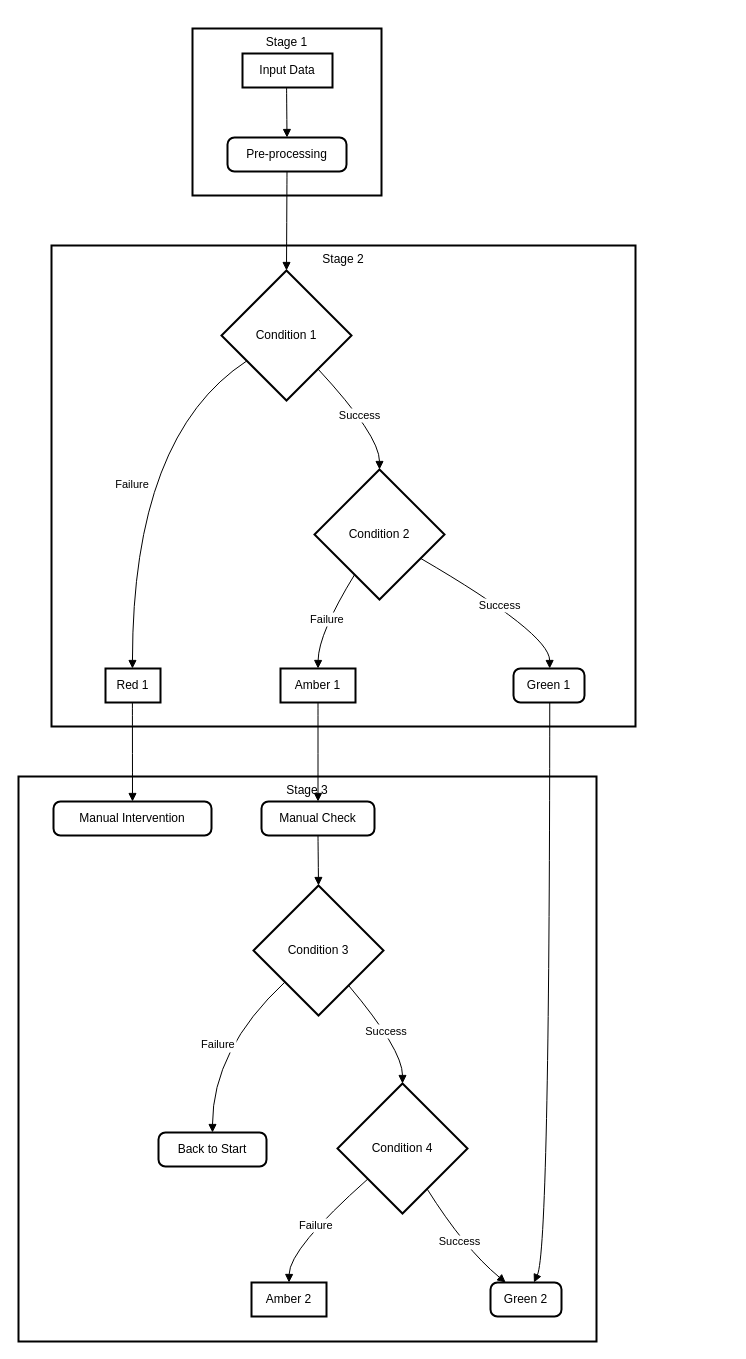
Earlier version of the draw.io diagram Untitled Diagram.drawio (dipanjannC/Deep-Learning). Source tidied: cells renumbered, new cells numbered last; positions are measured from the earlier drawing's top-left corner, leaving out a move shared by most shapes. Both pictures are drawn from the tidied source at 100%, with x=0, y=0 at pixel (18, 28).
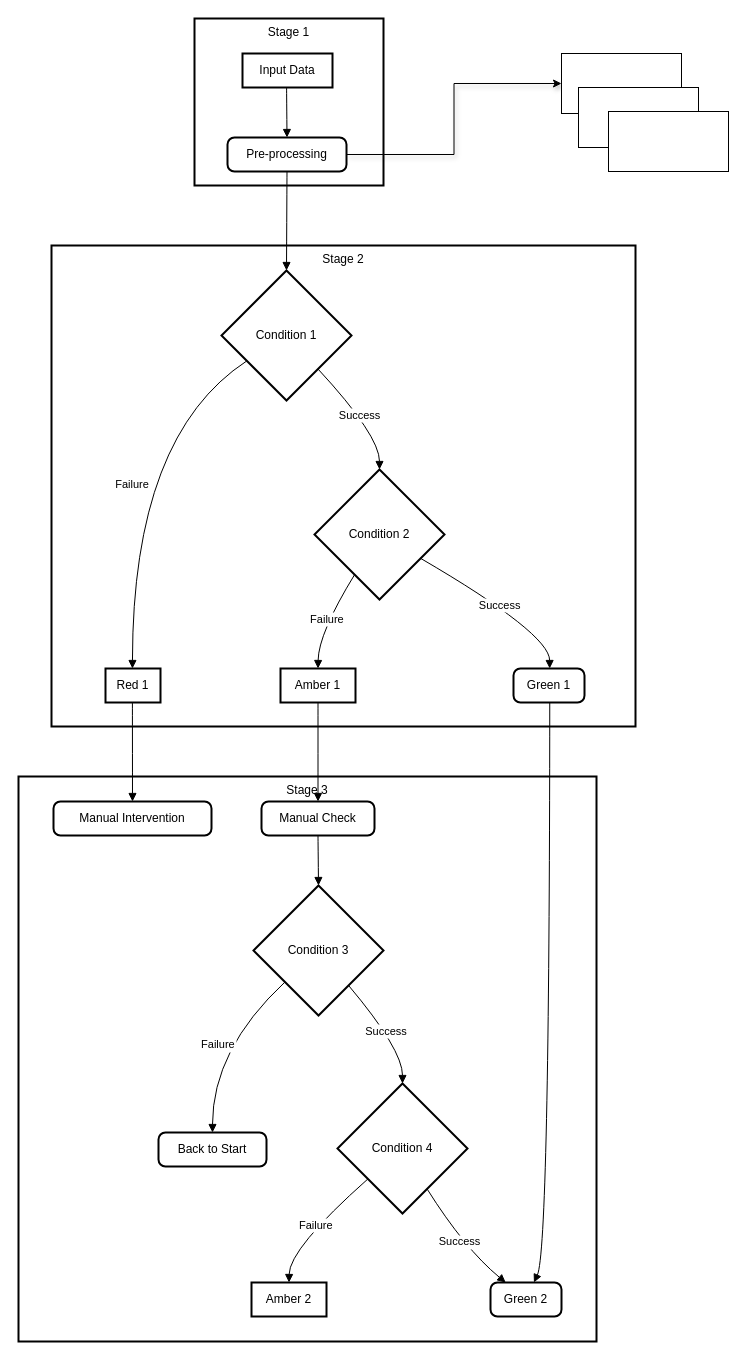
The same page after the edit.

Unchanged cells that the change refers to:
```xml
<mxCell id="17" value="Pre-processing" style="rounded=1;absoluteArcSize=1;arcSize=14;whiteSpace=wrap;strokeWidth=2;" parent="1" vertex="1">
  <mxGeometry x="209" y="109" width="119" height="34" as="geometry" />
</mxCell>
```

Change to the diagram source:
```diff
@@
     <mxCell id="16" value="Stage 1" style="whiteSpace=wrap;strokeWidth=2;verticalAlign=top;" parent="1" vertex="1">
-      <mxGeometry x="174" width="189" height="167" as="geometry" />
+      <mxGeometry x="176" y="-10" width="189" height="167" as="geometry" />
     </mxCell>
+    <mxCell id="33" style="edgeStyle=orthogonalEdgeStyle;rounded=0;jettySize=auto;html=1;entryX=0;entryY=0.5;entryDx=0;entryDy=0;shadow=1;" parent="1" edge="1" source="17" target="34">
+      <mxGeometry relative="1" as="geometry" />
+    </mxCell>
@@
+    <mxCell id="34" style="rounded=0;whiteSpace=wrap;html=1;" parent="1" vertex="1">
+      <mxGeometry x="543" y="25" width="120" height="60" as="geometry" />
+    </mxCell>
+    <mxCell id="35" style="rounded=0;whiteSpace=wrap;html=1;" parent="1" vertex="1">
+      <mxGeometry x="560" y="59" width="120" height="60" as="geometry" />
+    </mxCell>
+    <mxCell id="36" style="rounded=0;whiteSpace=wrap;html=1;" parent="1" vertex="1">
+      <mxGeometry x="590" y="83" width="120" height="60" as="geometry" />
+    </mxCell>
```
